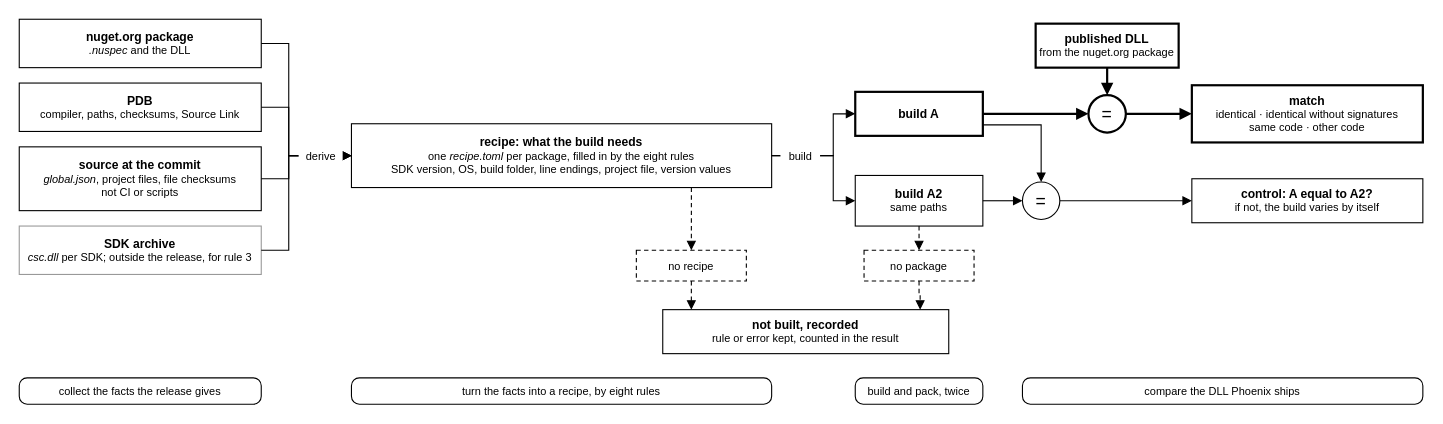
leosakharoff/dotnet-rebuild-experiments keeps this draw.io diagram as 2-dependencies/2b-rebuild/figures/pipeline-2b.drawio. Above is the earlier version. Source tidied: cells renumbered, new cells numbered last; positions are measured from the earlier drawing's top-left corner, leaving out a move shared by most shapes. Both pictures are drawn from the tidied source at 110%, with x=0, y=0 at pixel (19, 19).
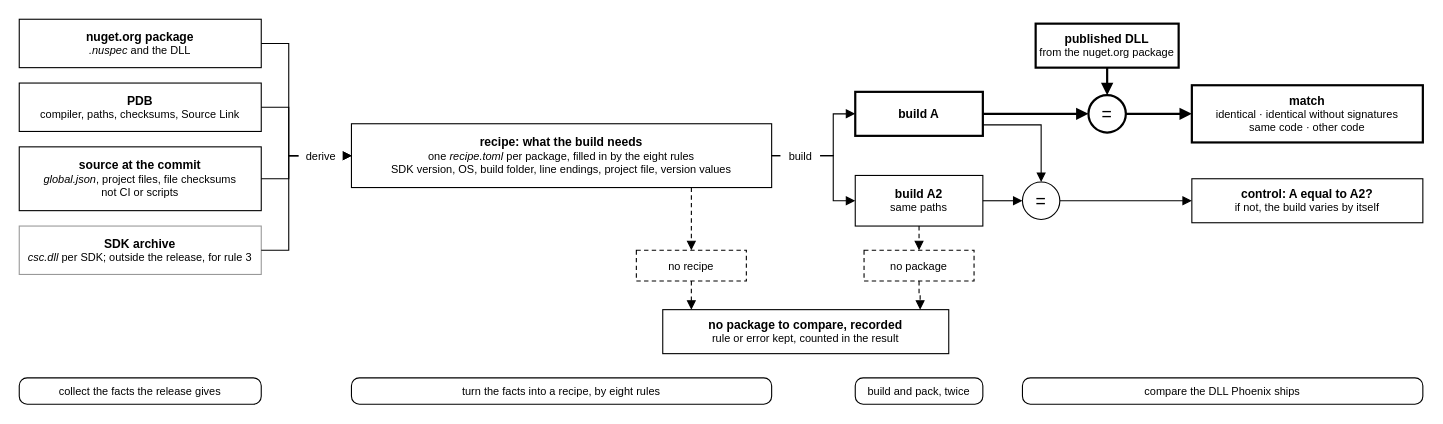
The same diagram, later.

Commit message:
2b pipeline: "no package to compare, recorded" instead of "not built"

The source only; the PNG here and the thesis's 2b-pipeline.pdf still need an
export from draw.io.

Change to the diagram source:
```diff
@@
-    <mxCell id="11" value="&lt;b&gt;&lt;font style=&quot;font-size:11px&quot;&gt;not built, recorded&lt;/font&gt;&lt;/b&gt;&lt;br&gt;rule or error kept, counted in the result" style="rounded=0;whiteSpace=wrap;html=1;fillColor=#FFFFFF;strokeColor=#000000;strokeWidth=1;fontSize=10;fontFamily=Helvetica;fontColor=#000000;" parent="1" vertex="1">
+    <mxCell id="11" value="&lt;b&gt;&lt;font style=&quot;font-size:11px&quot;&gt;no package to compare, recorded&lt;/font&gt;&lt;/b&gt;&lt;br&gt;rule or error kept, counted in the result" style="rounded=0;whiteSpace=wrap;html=1;fillColor=#FFFFFF;strokeColor=#000000;strokeWidth=1;fontSize=10;fontFamily=Helvetica;fontColor=#000000;" parent="1" vertex="1">
       <mxGeometry x="585" y="264" width="260" height="40" as="geometry" />
     </mxCell>
```
